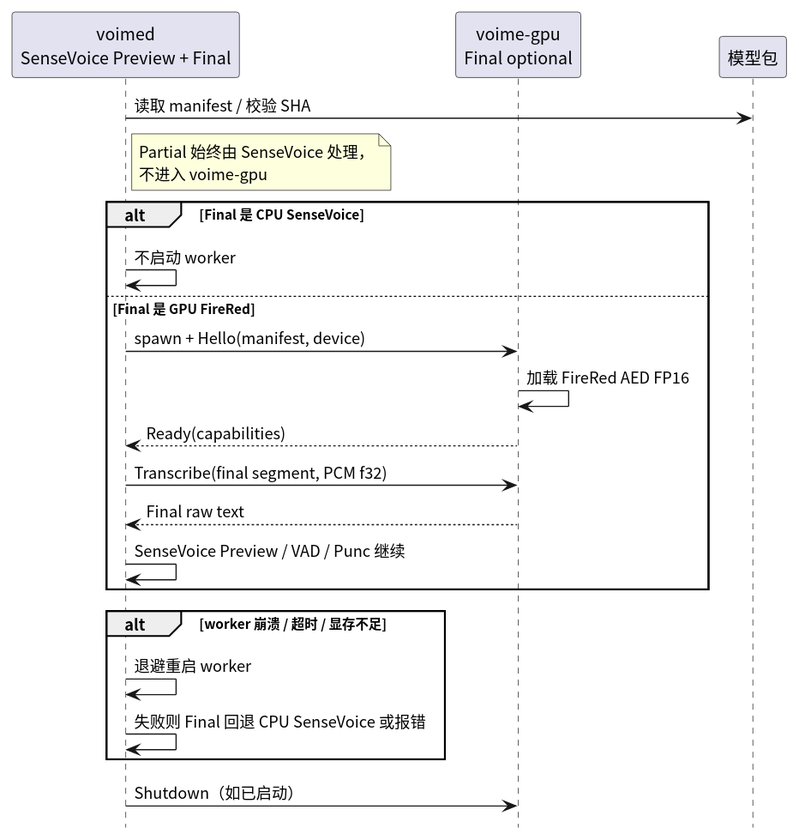
This is diagram/gpu-worker.svg from 54m43lJ/voime, a PlantUML export, as it was before one commit.
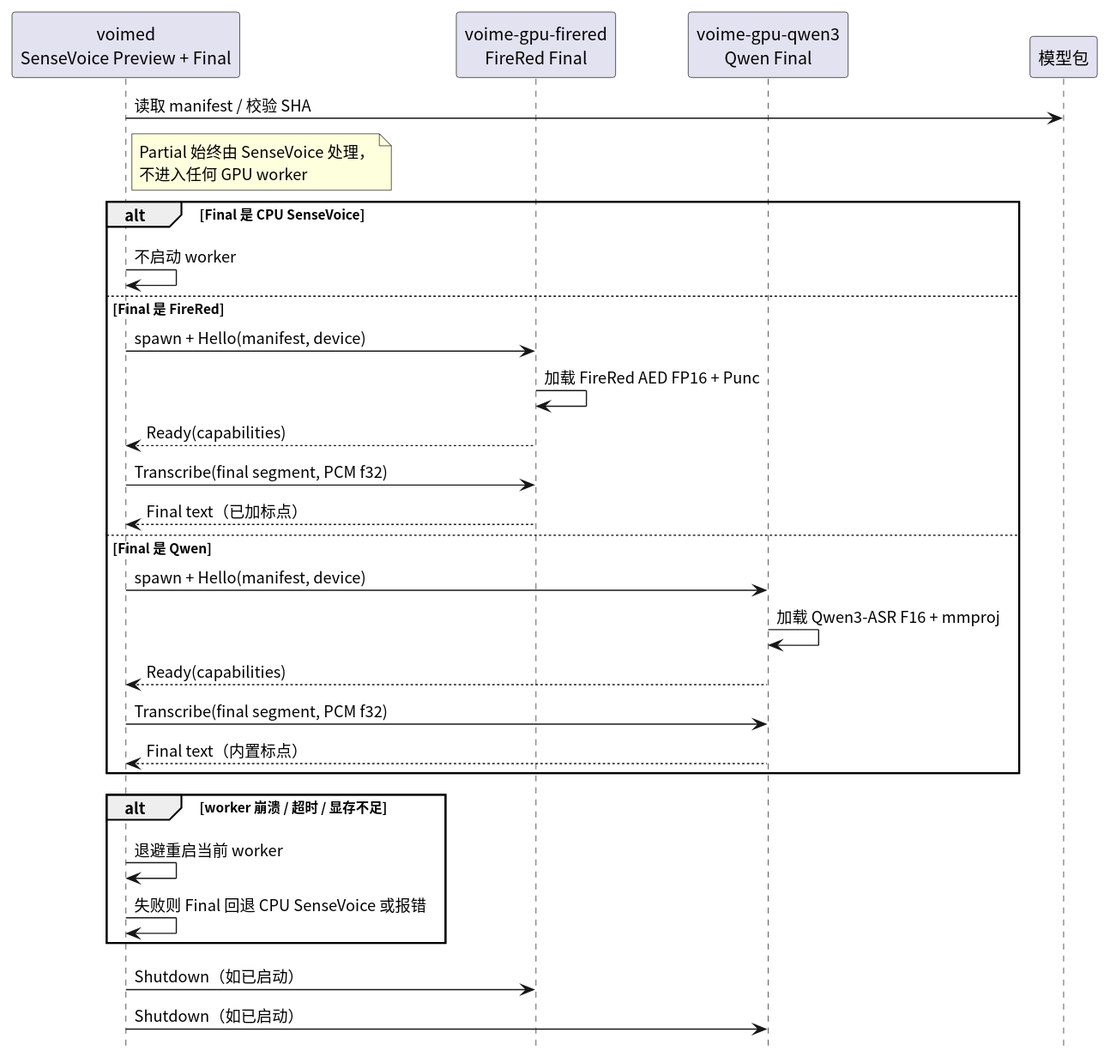
After the change.

Diff of the diagram source:
```diff
@@ -4,27 +4,37 @@
 hide footbox
 
 participant "voimed\nSenseVoice Preview + Final" as Daemon
-participant "voime-gpu\nFinal optional" as Worker
+participant "voime-gpu-firered\nFireRed Final" as FireRed
+participant "voime-gpu-qwen3\nQwen Final" as Qwen
 participant "模型包" as Package
 
 Daemon -> Package : 读取 manifest / 校验 SHA
 note right of Daemon
   Partial 始终由 SenseVoice 处理，
-  不进入 voime-gpu
+  不进入任何 GPU worker
 end note
+
 alt Final 是 CPU SenseVoice
   Daemon -> Daemon : 不启动 worker
-else Final 是 GPU FireRed
-  Daemon -> Worker : spawn + Hello(manifest, device)
-  Worker -> Worker : 加载 FireRed AED FP16
-  Worker --> Daemon : Ready(capabilities)
-  Daemon -> Worker : Transcribe(final segment, PCM f32)
-  Worker --> Daemon : Final raw text
-  Daemon -> Daemon : SenseVoice Preview / VAD / Punc 继续
+else Final 是 FireRed
+  Daemon -> FireRed : spawn + Hello(manifest, device)
+  FireRed -> FireRed : 加载 FireRed AED FP16 + Punc
+  FireRed --> Daemon : Ready(capabilities)
+  Daemon -> FireRed : Transcribe(final segment, PCM f32)
+  FireRed --> Daemon : Final text（已加标点）
+else Final 是 Qwen
+  Daemon -> Qwen : spawn + Hello(manifest, device)
+  Qwen -> Qwen : 加载 Qwen3-ASR F16 + mmproj
+  Qwen --> Daemon : Ready(capabilities)
+  Daemon -> Qwen : Transcribe(final segment, PCM f32)
+  Qwen --> Daemon : Final text（内置标点）
 end
+
 alt worker 崩溃 / 超时 / 显存不足
-  Daemon -> Daemon : 退避重启 worker
+  Daemon -> Daemon : 退避重启当前 worker
   Daemon -> Daemon : 失败则 Final 回退 CPU SenseVoice 或报错
 end
-Daemon -> Worker : Shutdown（如已启动）
+
+Daemon -> FireRed : Shutdown（如已启动）
+Daemon -> Qwen : Shutdown（如已启动）
 @enduml
```
